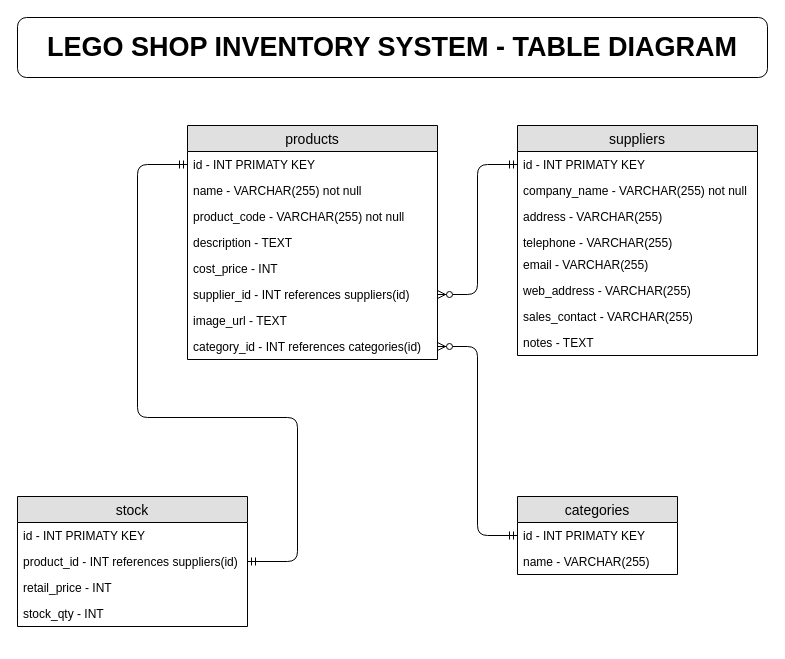
Earlier version of the draw.io diagram diagrams/table_diagram.drawio (aramsay03/lego_shop_inventory_project). Source tidied: cells renumbered, new cells numbered last; positions are measured from the earlier drawing's top-left corner, leaving out a move shared by most shapes. Both pictures are drawn from the tidied source at 100%, with x=0, y=0 at pixel (17, 17).
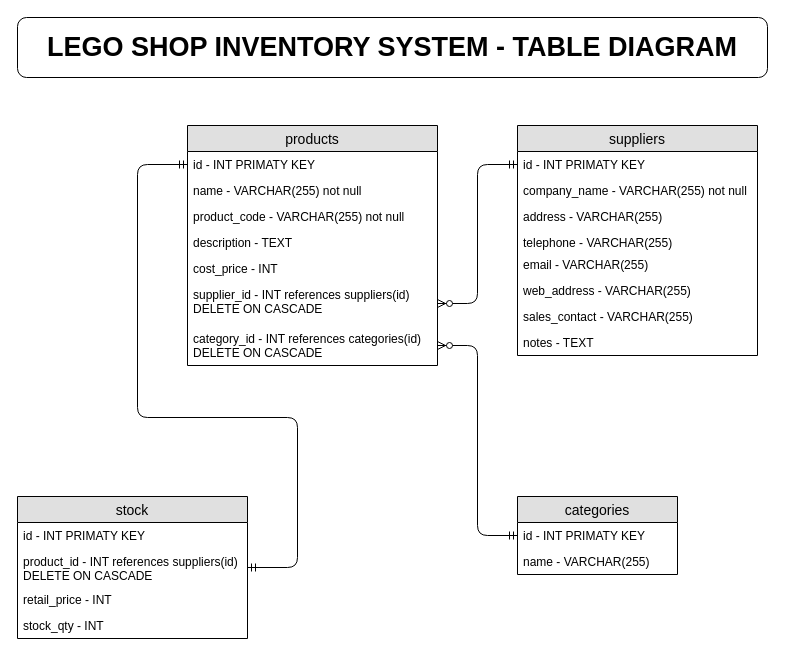
The same page after the edit.

The change refers to these unchanged cells:
```xml
<mxCell id="3" value="id - INT PRIMATY KEY" style="text;strokeColor=none;fillColor=none;spacingLeft=4;spacingRight=4;overflow=hidden;points=[[0,0.5],[1,0.5]];portConstraint=eastwest;fontSize=12;" parent="2" vertex="1">
  <mxGeometry y="26" width="250" height="26" as="geometry" />
</mxCell>
<mxCell id="12" value="id - INT PRIMATY KEY" style="text;strokeColor=none;fillColor=none;spacingLeft=4;spacingRight=4;overflow=hidden;points=[[0,0.5],[1,0.5]];portConstraint=eastwest;fontSize=12;" parent="11" vertex="1">
  <mxGeometry y="26" width="240" height="26" as="geometry" />
</mxCell>
<mxCell id="26" value="id - INT PRIMATY KEY" style="text;strokeColor=none;fillColor=none;spacingLeft=4;spacingRight=4;overflow=hidden;points=[[0,0.5],[1,0.5]];portConstraint=eastwest;fontSize=12;" parent="25" vertex="1">
  <mxGeometry y="26" width="160" height="26" as="geometry" />
</mxCell>
```

Change to the diagram source:
```diff
@@
     <mxCell id="2" value="products" style="swimlane;fontStyle=0;horizontal=1;startSize=26;fillColor=#e0e0e0;swimlaneFillColor=#ffffff;align=center;fontSize=14;" parent="1" vertex="1">
-      <mxGeometry x="170" y="108" width="250" height="234" as="geometry" />
+      <mxGeometry x="170" y="108" width="250" height="240" as="geometry" />
     </mxCell>
@@
-    <mxCell id="8" value="supplier_id - INT references suppliers(id)" style="text;strokeColor=none;fillColor=none;spacingLeft=4;spacingRight=4;overflow=hidden;points=[[0,0.5],[1,0.5]];portConstraint=eastwest;fontSize=12;" parent="2" vertex="1">
-      <mxGeometry y="156" width="250" height="26" as="geometry" />
+    <mxCell id="8" value="supplier_id - INT references suppliers(id)&#10;DELETE ON CASCADE" style="text;strokeColor=none;fillColor=none;spacingLeft=4;spacingRight=4;overflow=hidden;points=[[0,0.5],[1,0.5]];portConstraint=eastwest;fontSize=12;" parent="2" vertex="1">
+      <mxGeometry y="156" width="250" height="44" as="geometry" />
     </mxCell>
-    <mxCell id="9" value="image_url - TEXT" style="text;strokeColor=none;fillColor=none;spacingLeft=4;spacingRight=4;overflow=hidden;fontSize=12;" parent="2" vertex="1">
-      <mxGeometry y="182" width="250" height="26" as="geometry" />
-    </mxCell>
-    <mxCell id="10" value="category_id - INT references categories(id)" style="text;strokeColor=none;fillColor=none;spacingLeft=4;spacingRight=4;overflow=hidden;points=[[0,0.5],[1,0.5]];portConstraint=eastwest;fontSize=12;" parent="2" vertex="1">
-      <mxGeometry y="208" width="250" height="26" as="geometry" />
+    <mxCell id="10" value="category_id - INT references categories(id)&#10;DELETE ON CASCADE" style="text;strokeColor=none;fillColor=none;spacingLeft=4;spacingRight=4;overflow=hidden;points=[[0,0.5],[1,0.5]];portConstraint=eastwest;fontSize=12;" parent="2" vertex="1">
+      <mxGeometry y="200" width="250" height="40" as="geometry" />
     </mxCell>
@@
     <mxCell id="20" value="stock" style="swimlane;fontStyle=0;horizontal=1;startSize=26;fillColor=#e0e0e0;swimlaneFillColor=#ffffff;align=center;fontSize=14;" parent="1" vertex="1">
-      <mxGeometry y="479" width="230" height="130" as="geometry" />
+      <mxGeometry y="479" width="230" height="142" as="geometry" />
     </mxCell>
@@
-    <mxCell id="22" value="product_id - INT references suppliers(id)" style="text;strokeColor=none;fillColor=none;spacingLeft=4;spacingRight=4;overflow=hidden;points=[[0,0.5],[1,0.5]];portConstraint=eastwest;fontSize=12;" parent="20" vertex="1">
-      <mxGeometry y="52" width="230" height="26" as="geometry" />
+    <mxCell id="22" value="product_id - INT references suppliers(id)&#10;DELETE ON CASCADE" style="text;strokeColor=none;fillColor=none;spacingLeft=4;spacingRight=4;overflow=hidden;points=[[0,0.5],[1,0.5]];portConstraint=eastwest;fontSize=12;" parent="20" vertex="1">
+      <mxGeometry y="52" width="230" height="38" as="geometry" />
     </mxCell>
     <mxCell id="23" value="retail_price - INT" style="text;strokeColor=none;fillColor=none;spacingLeft=4;spacingRight=4;overflow=hidden;fontSize=12;" parent="20" vertex="1">
-      <mxGeometry y="78" width="230" height="26" as="geometry" />
+      <mxGeometry y="90" width="230" height="26" as="geometry" />
     </mxCell>
     <mxCell id="24" value="stock_qty - INT" style="text;strokeColor=none;fillColor=none;spacingLeft=4;spacingRight=4;overflow=hidden;fontSize=12;" parent="20" vertex="1">
-      <mxGeometry y="104" width="230" height="26" as="geometry" />
+      <mxGeometry y="116" width="230" height="26" as="geometry" />
     </mxCell>
@@
     <mxCell id="28" style="edgeStyle=orthogonalEdgeStyle;fontSize=12;html=1;endArrow=ERzeroToMany;startArrow=ERmandOne;exitX=0;exitY=0.5;exitDx=0;exitDy=0;entryX=1;entryY=0.5;entryDx=0;entryDy=0;" parent="1" edge="1" source="26" target="10">
       <mxGeometry relative="1" as="geometry">
         <Array as="points">
           <mxPoint x="460" y="518" />
-          <mxPoint x="460" y="329" />
+          <mxPoint x="460" y="328" />
         </Array>
       </mxGeometry>
     </mxCell>
     <mxCell id="29" style="fontSize=12;html=1;endArrow=ERzeroToMany;startArrow=ERmandOne;exitX=0;exitY=0.5;exitDx=0;exitDy=0;entryX=1;entryY=0.5;entryDx=0;entryDy=0;edgeStyle=orthogonalEdgeStyle;" parent="1" edge="1" source="12" target="8">
       <mxGeometry relative="1" as="geometry">
         <Array as="points">
           <mxPoint x="460" y="147" />
-          <mxPoint x="460" y="277" />
+          <mxPoint x="460" y="286" />
         </Array>
       </mxGeometry>
     </mxCell>
     <mxCell id="30" style="edgeStyle=orthogonalEdgeStyle;fontSize=12;html=1;endArrow=ERmandOne;startArrow=ERmandOne;entryX=0;entryY=0.5;entryDx=0;entryDy=0;exitX=1;exitY=0.5;exitDx=0;exitDy=0;" parent="1" edge="1" source="22" target="3">
       <mxGeometry relative="1" as="geometry">
         <Array as="points">
-          <mxPoint x="280" y="544" />
+          <mxPoint x="280" y="550" />
           <mxPoint x="280" y="400" />
           <mxPoint x="120" y="400" />
           <mxPoint x="120" y="147" />
         </Array>
       </mxGeometry>
     </mxCell>
```
